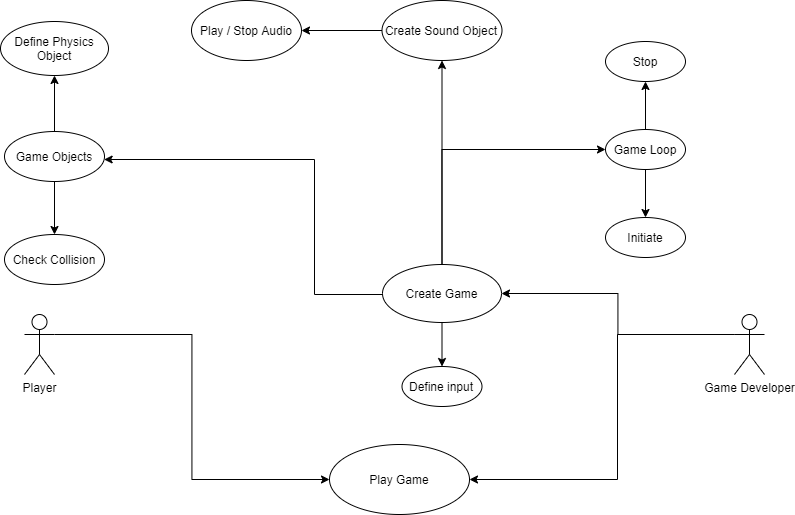
This is flappyengine/Diagrams/UseCase/UseCase.png from jogvanrs/flappybird2.0, a draw.io export, as it was before one commit. Source tidied: cells renumbered, new cells last; positions are measured from the earlier drawing's top-left corner, leaving out a move shared by most shapes. The source it was exported from:
```xml
<mxGraphModel>
  <root>
    <mxCell id="0" />
    <mxCell id="1" parent="0" />
    <mxCell id="2" style="edgeStyle=orthogonalEdgeStyle;rounded=0;jettySize=auto;html=1;entryX=0;entryY=0.5;entryDx=0;entryDy=0;exitX=1;exitY=0.3333333333333333;exitDx=0;exitDy=0;exitPerimeter=0;" parent="1" edge="1" source="3" target="7">
      <mxGeometry relative="1" as="geometry" />
    </mxCell>
    <mxCell id="3" value="Player" style="shape=umlActor;html=1;verticalLabelPosition=bottom;verticalAlign=top;align=center;" parent="1" vertex="1">
      <mxGeometry x="24" y="314" width="30" height="60" as="geometry" />
    </mxCell>
    <mxCell id="4" style="edgeStyle=orthogonalEdgeStyle;rounded=0;jettySize=auto;html=1;exitX=0;exitY=0.3333333333333333;exitDx=0;exitDy=0;exitPerimeter=0;entryX=1;entryY=0.5;entryDx=0;entryDy=0;" parent="1" edge="1" source="6" target="12">
      <mxGeometry relative="1" as="geometry" />
    </mxCell>
    <mxCell id="5" style="edgeStyle=orthogonalEdgeStyle;rounded=0;jettySize=auto;html=1;exitX=0;exitY=0.3333333333333333;exitDx=0;exitDy=0;exitPerimeter=0;entryX=1;entryY=0.5;entryDx=0;entryDy=0;" parent="1" edge="1" source="6" target="7">
      <mxGeometry relative="1" as="geometry">
        <Array as="points">
          <mxPoint x="617" y="334" />
          <mxPoint x="617" y="479" />
        </Array>
      </mxGeometry>
    </mxCell>
    <mxCell id="6" value="Game Developer" style="shape=umlActor;html=1;verticalLabelPosition=bottom;verticalAlign=top;align=center;" parent="1" vertex="1">
      <mxGeometry x="734" y="314" width="30" height="60" as="geometry" />
    </mxCell>
    <mxCell id="7" value="Play Game" style="ellipse;whiteSpace=wrap;html=1;" parent="1" vertex="1">
      <mxGeometry x="329" y="444" width="140" height="70" as="geometry" />
    </mxCell>
    <mxCell id="8" style="edgeStyle=orthogonalEdgeStyle;rounded=0;jettySize=auto;html=1;entryX=0.5;entryY=0;entryDx=0;entryDy=0;" parent="1" edge="1" source="12" target="22">
      <mxGeometry relative="1" as="geometry" />
    </mxCell>
    <mxCell id="9" style="edgeStyle=orthogonalEdgeStyle;rounded=0;jettySize=auto;html=1;" parent="1" edge="1" source="12" target="15">
      <mxGeometry relative="1" as="geometry">
        <Array as="points">
          <mxPoint x="314" y="294" />
          <mxPoint x="314" y="159" />
        </Array>
      </mxGeometry>
    </mxCell>
    <mxCell id="10" style="edgeStyle=orthogonalEdgeStyle;rounded=0;jettySize=auto;html=1;entryX=0;entryY=0.5;entryDx=0;entryDy=0;" parent="1" edge="1" source="12" target="26">
      <mxGeometry relative="1" as="geometry">
        <Array as="points">
          <mxPoint x="442" y="149" />
        </Array>
      </mxGeometry>
    </mxCell>
    <mxCell id="11" style="edgeStyle=orthogonalEdgeStyle;rounded=0;jettySize=auto;html=1;entryX=0.5;entryY=1;entryDx=0;entryDy=0;" parent="1" edge="1" source="12" target="20">
      <mxGeometry relative="1" as="geometry" />
    </mxCell>
    <mxCell id="12" value="Create Game" style="ellipse;whiteSpace=wrap;html=1;" parent="1" vertex="1">
      <mxGeometry x="382" y="264" width="119" height="58" as="geometry" />
    </mxCell>
    <mxCell id="13" style="edgeStyle=orthogonalEdgeStyle;rounded=0;jettySize=auto;html=1;exitX=0.5;exitY=1;exitDx=0;exitDy=0;entryX=0.5;entryY=0;entryDx=0;entryDy=0;" parent="1" edge="1" source="15" target="17">
      <mxGeometry relative="1" as="geometry" />
    </mxCell>
    <mxCell id="14" style="edgeStyle=orthogonalEdgeStyle;rounded=0;jettySize=auto;html=1;" parent="1" edge="1" source="15" target="18">
      <mxGeometry relative="1" as="geometry" />
    </mxCell>
    <mxCell id="15" value="Game Objects" style="ellipse;whiteSpace=wrap;html=1;" parent="1" vertex="1">
      <mxGeometry x="4" y="131" width="100" height="50" as="geometry" />
    </mxCell>
    <mxCell id="16" value="Initiate" style="ellipse;whiteSpace=wrap;html=1;" parent="1" vertex="1">
      <mxGeometry x="605" y="217" width="80" height="40" as="geometry" />
    </mxCell>
    <mxCell id="17" value="Check Collision" style="ellipse;whiteSpace=wrap;html=1;" parent="1" vertex="1">
      <mxGeometry x="4" y="234" width="100" height="50" as="geometry" />
    </mxCell>
    <mxCell id="18" value="Define Physics Object" style="ellipse;whiteSpace=wrap;html=1;" parent="1" vertex="1">
      <mxGeometry y="21" width="108" height="54" as="geometry" />
    </mxCell>
    <mxCell id="19" style="edgeStyle=orthogonalEdgeStyle;rounded=0;jettySize=auto;html=1;" parent="1" edge="1" source="20" target="21">
      <mxGeometry relative="1" as="geometry" />
    </mxCell>
    <mxCell id="20" value="Create Sound Object" style="ellipse;whiteSpace=wrap;html=1;" parent="1" vertex="1">
      <mxGeometry x="381.5" width="120" height="60" as="geometry" />
    </mxCell>
    <mxCell id="21" value="Play / Stop Audio" style="ellipse;whiteSpace=wrap;html=1;" parent="1" vertex="1">
      <mxGeometry x="191" width="110" height="60" as="geometry" />
    </mxCell>
    <mxCell id="22" value="Define input" style="ellipse;whiteSpace=wrap;html=1;" parent="1" vertex="1">
      <mxGeometry x="401.5" y="366" width="80" height="40" as="geometry" />
    </mxCell>
    <mxCell id="23" value="Stop" style="ellipse;whiteSpace=wrap;html=1;" parent="1" vertex="1">
      <mxGeometry x="605" y="41" width="80" height="40" as="geometry" />
    </mxCell>
    <mxCell id="24" style="edgeStyle=orthogonalEdgeStyle;rounded=0;jettySize=auto;html=1;" parent="1" edge="1" source="26" target="23">
      <mxGeometry relative="1" as="geometry" />
    </mxCell>
    <mxCell id="25" style="edgeStyle=orthogonalEdgeStyle;rounded=0;jettySize=auto;html=1;" parent="1" edge="1" source="26" target="16">
      <mxGeometry relative="1" as="geometry" />
    </mxCell>
    <mxCell id="26" value="Game Loop" style="ellipse;whiteSpace=wrap;html=1;" parent="1" vertex="1">
      <mxGeometry x="605" y="129" width="80" height="40" as="geometry" />
    </mxCell>
  </root>
</mxGraphModel>
```
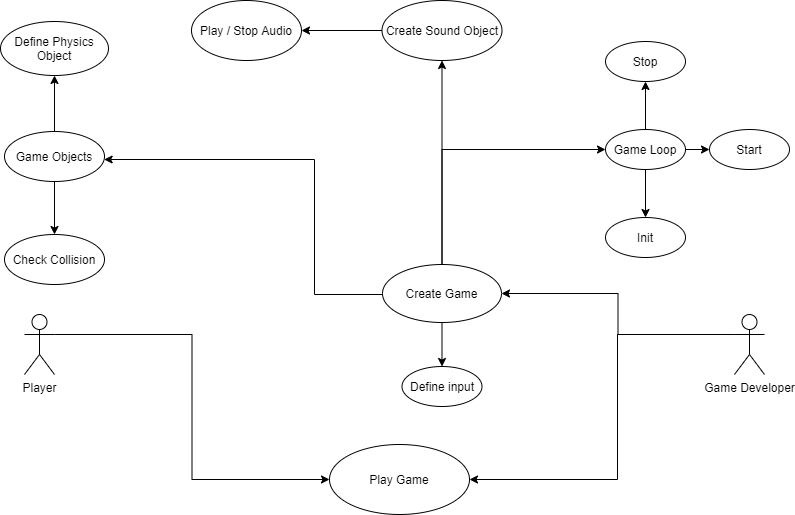
The same diagram one commit later.

The edit, as a diff of the source:
```diff
@@ -58,7 +58,7 @@
     <mxCell id="15" value="Game Objects" style="ellipse;whiteSpace=wrap;html=1;" parent="1" vertex="1">
       <mxGeometry x="4" y="131" width="100" height="50" as="geometry" />
     </mxCell>
-    <mxCell id="16" value="Initiate" style="ellipse;whiteSpace=wrap;html=1;" parent="1" vertex="1">
+    <mxCell id="16" value="Init" style="ellipse;whiteSpace=wrap;html=1;" parent="1" vertex="1">
       <mxGeometry x="605" y="217" width="80" height="40" as="geometry" />
     </mxCell>
     <mxCell id="17" value="Check Collision" style="ellipse;whiteSpace=wrap;html=1;" parent="1" vertex="1">
@@ -88,8 +88,14 @@
     <mxCell id="25" style="edgeStyle=orthogonalEdgeStyle;rounded=0;jettySize=auto;html=1;" parent="1" edge="1" source="26" target="16">
       <mxGeometry relative="1" as="geometry" />
     </mxCell>
+    <mxCell id="27" style="edgeStyle=orthogonalEdgeStyle;rounded=0;jettySize=auto;html=1;" parent="1" edge="1" source="26" target="28">
+      <mxGeometry relative="1" as="geometry" />
+    </mxCell>
     <mxCell id="26" value="Game Loop" style="ellipse;whiteSpace=wrap;html=1;" parent="1" vertex="1">
       <mxGeometry x="605" y="129" width="80" height="40" as="geometry" />
     </mxCell>
+    <mxCell id="28" value="Start" style="ellipse;whiteSpace=wrap;html=1;" parent="1" vertex="1">
+      <mxGeometry x="709" y="129" width="80" height="40" as="geometry" />
+    </mxCell>
   </root>
 </mxGraphModel>
```
